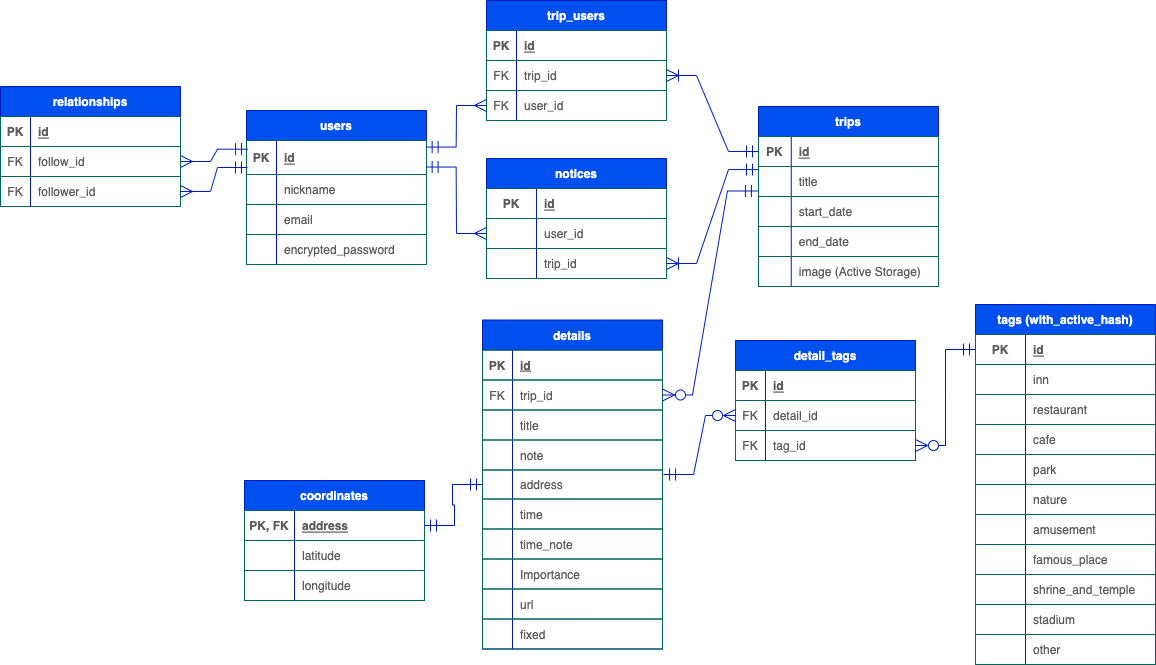
This is er.png from satomi46/trip_maker, a draw.io export, as it was before one commit. Source tidied: cells renumbered, new cells last; positions are measured from the earlier drawing's top-left corner, leaving out a move shared by most shapes.
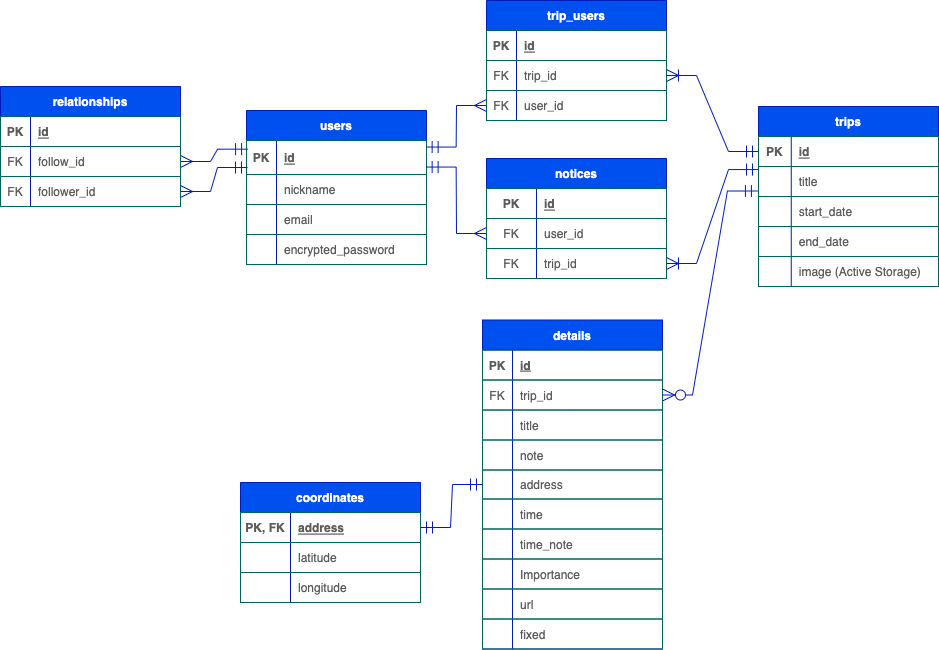
After the change.

What changed in the source:
```diff
@@ -89,36 +89,6 @@
     <mxCell id="30" value="image (Active Storage)" style="shape=partialRectangle;fillColor=none;top=0;left=0;bottom=0;right=0;align=left;spacingLeft=6;overflow=hidden;rounded=0;strokeColor=#006658;fontColor=#5C5C5C;" parent="28" vertex="1">
       <mxGeometry x="32.8" width="147.2" height="30" as="geometry" />
     </mxCell>
-    <mxCell id="31" value="detail_tags" style="shape=table;startSize=30;rowLines=0;fontStyle=1;align=center;rounded=0;fillColor=#0050ef;strokeColor=#001DBC;fontColor=#ffffff;fixDash=0;" parent="1" vertex="1">
-      <mxGeometry x="735" y="340" width="180" height="120" as="geometry" />
-    </mxCell>
-    <mxCell id="32" style="shape=tableRow;horizontal=0;startSize=0;swimlaneHead=0;swimlaneBody=0;fillColor=none;top=0;left=0;right=0;bottom=1;rounded=0;strokeColor=#006658;fontColor=#5C5C5C;" parent="31" vertex="1">
-      <mxGeometry y="30" width="180" height="30" as="geometry" />
-    </mxCell>
-    <mxCell id="33" value="PK" style="shape=partialRectangle;fillColor=none;top=0;left=0;bottom=0;right=0;fontStyle=1;overflow=hidden;rounded=0;strokeColor=#006658;fontColor=#5C5C5C;" parent="32" vertex="1">
-      <mxGeometry width="30" height="30" as="geometry" />
-    </mxCell>
-    <mxCell id="34" value="id" style="shape=partialRectangle;fillColor=none;top=0;left=0;bottom=0;right=0;align=left;spacingLeft=6;fontStyle=5;overflow=hidden;rounded=0;strokeColor=#006658;fontColor=#5C5C5C;" parent="32" vertex="1">
-      <mxGeometry x="30" width="150" height="30" as="geometry" />
-    </mxCell>
-    <mxCell id="35" style="shape=tableRow;horizontal=0;startSize=0;swimlaneHead=0;swimlaneBody=0;fillColor=none;points=[[0,0.5],[1,0.5]];portConstraint=eastwest;top=0;left=0;right=0;bottom=0;rounded=0;strokeColor=#006658;fontColor=#5C5C5C;" parent="31" vertex="1">
-      <mxGeometry y="60" width="180" height="30" as="geometry" />
-    </mxCell>
-    <mxCell id="36" value="FK" style="shape=partialRectangle;fillColor=none;top=0;left=0;bottom=0;right=0;overflow=hidden;rounded=0;strokeColor=#006658;fontColor=#5C5C5C;" parent="35" vertex="1">
-      <mxGeometry width="30" height="30" as="geometry" />
-    </mxCell>
-    <mxCell id="37" value="detail_id" style="shape=partialRectangle;fillColor=none;top=0;left=0;bottom=0;right=0;align=left;spacingLeft=6;overflow=hidden;rounded=0;strokeColor=#006658;fontColor=#5C5C5C;" parent="35" vertex="1">
-      <mxGeometry x="30" width="150" height="30" as="geometry" />
-    </mxCell>
-    <mxCell id="38" style="shape=tableRow;horizontal=0;startSize=0;swimlaneHead=0;swimlaneBody=0;fillColor=none;points=[[0,0.5],[1,0.5]];portConstraint=eastwest;top=0;left=0;right=0;bottom=0;rounded=0;strokeColor=#006658;fontColor=#5C5C5C;" parent="31" vertex="1">
-      <mxGeometry y="90" width="180" height="30" as="geometry" />
-    </mxCell>
-    <mxCell id="39" value="FK" style="shape=partialRectangle;fillColor=none;top=0;left=0;bottom=0;right=0;overflow=hidden;rounded=0;strokeColor=#006658;fontColor=#5C5C5C;" parent="38" vertex="1">
-      <mxGeometry width="30" height="30" as="geometry" />
-    </mxCell>
-    <mxCell id="40" value="tag_id" style="shape=partialRectangle;fillColor=none;top=0;left=0;bottom=0;right=0;align=left;spacingLeft=6;overflow=hidden;rounded=0;strokeColor=#006658;fontColor=#5C5C5C;" parent="38" vertex="1">
-      <mxGeometry x="30" width="150" height="30" as="geometry" />
-    </mxCell>
     <mxCell id="41" value="details" style="shape=table;startSize=30;rowLines=0;fontStyle=1;align=center;rounded=0;fillColor=#0050ef;strokeColor=#001DBC;fontColor=#ffffff;fixDash=0;" parent="1" vertex="1">
       <mxGeometry x="482" y="319.5" width="180" height="329" as="geometry" />
     </mxCell>
@@ -213,7 +183,7 @@
       <mxGeometry x="30" width="150" height="30" as="geometry" />
     </mxCell>
     <mxCell id="72" value="coordinates" style="shape=table;startSize=30;rowLines=0;fontStyle=1;align=center;rounded=0;fillColor=#0050ef;strokeColor=#001DBC;fontColor=#ffffff;fixDash=0;" parent="1" vertex="1">
-      <mxGeometry x="244" y="480" width="180" height="120" as="geometry" />
+      <mxGeometry x="240" y="482" width="180" height="120" as="geometry" />
     </mxCell>
     <mxCell id="73" style="shape=tableRow;horizontal=0;startSize=0;swimlaneHead=0;swimlaneBody=0;fillColor=none;points=[[0,0.5],[1,0.5]];portConstraint=eastwest;top=0;left=0;right=0;bottom=1;rounded=0;strokeColor=#006658;fontColor=#5C5C5C;" parent="72" vertex="1">
       <mxGeometry y="30" width="180" height="30" as="geometry" />
@@ -242,108 +212,6 @@
     <mxCell id="81" value="longitude" style="shape=partialRectangle;fillColor=none;top=0;left=0;bottom=0;right=0;align=left;spacingLeft=6;overflow=hidden;rounded=0;strokeColor=#006658;fontColor=#5C5C5C;" parent="79" vertex="1">
       <mxGeometry x="50" width="130" height="30" as="geometry" />
     </mxCell>
-    <mxCell id="82" value="tags (with_active_hash)" style="shape=table;startSize=30;rowLines=0;fontStyle=1;align=center;rounded=0;fillColor=#0050ef;strokeColor=#001DBC;fontColor=#ffffff;fixDash=0;" parent="1" vertex="1">
-      <mxGeometry x="975" y="304" width="180" height="360" as="geometry" />
-    </mxCell>
-    <mxCell id="83" style="shape=tableRow;horizontal=0;startSize=0;swimlaneHead=0;swimlaneBody=0;fillColor=none;points=[[0,0.5],[1,0.5]];portConstraint=eastwest;top=0;left=0;right=0;bottom=1;rounded=0;strokeColor=#006658;fontColor=#5C5C5C;" parent="82" vertex="1">
-      <mxGeometry y="30" width="180" height="30" as="geometry" />
-    </mxCell>
-    <mxCell id="84" value="PK" style="shape=partialRectangle;fillColor=none;top=0;left=0;bottom=0;right=0;fontStyle=1;overflow=hidden;rounded=0;strokeColor=#006658;fontColor=#5C5C5C;" parent="83" vertex="1">
-      <mxGeometry width="50" height="30" as="geometry" />
-    </mxCell>
-    <mxCell id="85" value="id" style="shape=partialRectangle;fillColor=none;top=0;left=0;bottom=0;right=0;align=left;spacingLeft=6;fontStyle=5;overflow=hidden;rounded=0;strokeColor=#006658;fontColor=#5C5C5C;" parent="83" vertex="1">
-      <mxGeometry x="50" width="130" height="30" as="geometry" />
-    </mxCell>
-    <mxCell id="86" style="shape=tableRow;horizontal=0;startSize=0;swimlaneHead=0;swimlaneBody=0;fillColor=none;top=0;left=0;right=0;bottom=0;rounded=0;strokeColor=#006658;fontColor=#5C5C5C;" parent="82" vertex="1">
-      <mxGeometry y="60" width="180" height="30" as="geometry" />
-    </mxCell>
-    <mxCell id="87" style="shape=partialRectangle;fillColor=none;top=0;left=0;bottom=0;right=0;overflow=hidden;rounded=0;strokeColor=#006658;fontColor=#5C5C5C;" parent="86" vertex="1">
-      <mxGeometry width="50" height="30" as="geometry" />
-    </mxCell>
-    <mxCell id="88" value="inn" style="shape=partialRectangle;fillColor=none;top=0;left=0;bottom=0;right=0;align=left;spacingLeft=6;overflow=hidden;rounded=0;strokeColor=#006658;fontColor=#5C5C5C;" parent="86" vertex="1">
-      <mxGeometry x="50" width="130" height="30" as="geometry" />
-    </mxCell>
-    <mxCell id="89" style="shape=tableRow;horizontal=0;startSize=0;swimlaneHead=0;swimlaneBody=0;fillColor=none;top=0;left=0;right=0;bottom=0;rounded=0;strokeColor=#006658;fontColor=#5C5C5C;" parent="82" vertex="1">
-      <mxGeometry y="90" width="180" height="30" as="geometry" />
-    </mxCell>
-    <mxCell id="90" style="shape=partialRectangle;fillColor=none;top=0;left=0;bottom=0;right=0;overflow=hidden;rounded=0;strokeColor=#006658;fontColor=#5C5C5C;" parent="89" vertex="1">
-      <mxGeometry width="50" height="30" as="geometry" />
-    </mxCell>
-    <mxCell id="91" value="restaurant" style="shape=partialRectangle;fillColor=none;top=0;left=0;bottom=0;right=0;align=left;spacingLeft=6;overflow=hidden;rounded=0;strokeColor=#006658;fontColor=#5C5C5C;" parent="89" vertex="1">
-      <mxGeometry x="50" width="130" height="30" as="geometry" />
-    </mxCell>
-    <mxCell id="92" style="shape=tableRow;horizontal=0;startSize=0;swimlaneHead=0;swimlaneBody=0;fillColor=none;top=0;left=0;right=0;bottom=0;rounded=0;strokeColor=#006658;fontColor=#5C5C5C;" parent="82" vertex="1">
-      <mxGeometry y="120" width="180" height="30" as="geometry" />
-    </mxCell>
-    <mxCell id="93" style="shape=partialRectangle;fillColor=none;top=0;left=0;bottom=0;right=0;overflow=hidden;rounded=0;strokeColor=#006658;fontColor=#5C5C5C;" parent="92" vertex="1">
-      <mxGeometry width="50" height="30" as="geometry" />
-    </mxCell>
-    <mxCell id="94" value="cafe" style="shape=partialRectangle;fillColor=none;top=0;left=0;bottom=0;right=0;align=left;spacingLeft=6;overflow=hidden;rounded=0;strokeColor=#006658;fontColor=#5C5C5C;" parent="92" vertex="1">
-      <mxGeometry x="50" width="130" height="30" as="geometry" />
-    </mxCell>
-    <mxCell id="95" style="shape=tableRow;horizontal=0;startSize=0;swimlaneHead=0;swimlaneBody=0;fillColor=none;top=0;left=0;right=0;bottom=0;rounded=0;strokeColor=#006658;fontColor=#5C5C5C;" parent="82" vertex="1">
-      <mxGeometry y="150" width="180" height="30" as="geometry" />
-    </mxCell>
-    <mxCell id="96" style="shape=partialRectangle;fillColor=none;top=0;left=0;bottom=0;right=0;overflow=hidden;rounded=0;strokeColor=#006658;fontColor=#5C5C5C;" parent="95" vertex="1">
-      <mxGeometry width="50" height="30" as="geometry" />
-    </mxCell>
-    <mxCell id="97" value="park" style="shape=partialRectangle;fillColor=none;top=0;left=0;bottom=0;right=0;align=left;spacingLeft=6;overflow=hidden;rounded=0;strokeColor=#006658;fontColor=#5C5C5C;" parent="95" vertex="1">
-      <mxGeometry x="50" width="130" height="30" as="geometry" />
-    </mxCell>
-    <mxCell id="98" style="shape=tableRow;horizontal=0;startSize=0;swimlaneHead=0;swimlaneBody=0;fillColor=none;top=0;left=0;right=0;bottom=0;rounded=0;strokeColor=#006658;fontColor=#5C5C5C;" parent="82" vertex="1">
-      <mxGeometry y="180" width="180" height="30" as="geometry" />
-    </mxCell>
-    <mxCell id="99" style="shape=partialRectangle;fillColor=none;top=0;left=0;bottom=0;right=0;overflow=hidden;rounded=0;strokeColor=#006658;fontColor=#5C5C5C;" parent="98" vertex="1">
-      <mxGeometry width="50" height="30" as="geometry" />
-    </mxCell>
-    <mxCell id="100" value="nature" style="shape=partialRectangle;fillColor=none;top=0;left=0;bottom=0;right=0;align=left;spacingLeft=6;overflow=hidden;rounded=0;strokeColor=#006658;fontColor=#5C5C5C;" parent="98" vertex="1">
-      <mxGeometry x="50" width="130" height="30" as="geometry" />
-    </mxCell>
-    <mxCell id="101" style="shape=tableRow;horizontal=0;startSize=0;swimlaneHead=0;swimlaneBody=0;fillColor=none;top=0;left=0;right=0;bottom=0;rounded=0;strokeColor=#006658;fontColor=#5C5C5C;" parent="82" vertex="1">
-      <mxGeometry y="210" width="180" height="30" as="geometry" />
-    </mxCell>
-    <mxCell id="102" style="shape=partialRectangle;fillColor=none;top=0;left=0;bottom=0;right=0;overflow=hidden;rounded=0;strokeColor=#006658;fontColor=#5C5C5C;" parent="101" vertex="1">
-      <mxGeometry width="50" height="30" as="geometry" />
-    </mxCell>
-    <mxCell id="103" value="amusement" style="shape=partialRectangle;fillColor=none;top=0;left=0;bottom=0;right=0;align=left;spacingLeft=6;overflow=hidden;rounded=0;strokeColor=#006658;fontColor=#5C5C5C;" parent="101" vertex="1">
-      <mxGeometry x="50" width="130" height="30" as="geometry" />
-    </mxCell>
-    <mxCell id="104" style="shape=tableRow;horizontal=0;startSize=0;swimlaneHead=0;swimlaneBody=0;fillColor=none;top=0;left=0;right=0;bottom=0;rounded=0;strokeColor=#006658;fontColor=#5C5C5C;" parent="82" vertex="1">
-      <mxGeometry y="240" width="180" height="30" as="geometry" />
-    </mxCell>
-    <mxCell id="105" style="shape=partialRectangle;fillColor=none;top=0;left=0;bottom=0;right=0;overflow=hidden;rounded=0;strokeColor=#006658;fontColor=#5C5C5C;" parent="104" vertex="1">
-      <mxGeometry width="50" height="30" as="geometry" />
-    </mxCell>
-    <mxCell id="106" value="famous_place" style="shape=partialRectangle;fillColor=none;top=0;left=0;bottom=0;right=0;align=left;spacingLeft=6;overflow=hidden;rounded=0;strokeColor=#006658;fontColor=#5C5C5C;" parent="104" vertex="1">
-      <mxGeometry x="50" width="130" height="30" as="geometry" />
-    </mxCell>
-    <mxCell id="107" style="shape=tableRow;horizontal=0;startSize=0;swimlaneHead=0;swimlaneBody=0;fillColor=none;top=0;left=0;right=0;bottom=0;rounded=0;strokeColor=#006658;fontColor=#5C5C5C;" parent="82" vertex="1">
-      <mxGeometry y="270" width="180" height="30" as="geometry" />
-    </mxCell>
-    <mxCell id="108" style="shape=partialRectangle;fillColor=none;top=0;left=0;bottom=0;right=0;overflow=hidden;rounded=0;strokeColor=#006658;fontColor=#5C5C5C;" parent="107" vertex="1">
-      <mxGeometry width="50" height="30" as="geometry" />
-    </mxCell>
-    <mxCell id="109" value="shrine_and_temple" style="shape=partialRectangle;fillColor=none;top=0;left=0;bottom=0;right=0;align=left;spacingLeft=6;overflow=hidden;rounded=0;strokeColor=#006658;fontColor=#5C5C5C;" parent="107" vertex="1">
-      <mxGeometry x="50" width="130" height="30" as="geometry" />
-    </mxCell>
-    <mxCell id="110" style="shape=tableRow;horizontal=0;startSize=0;swimlaneHead=0;swimlaneBody=0;fillColor=none;top=0;left=0;right=0;bottom=0;rounded=0;strokeColor=#006658;fontColor=#5C5C5C;" parent="82" vertex="1">
-      <mxGeometry y="300" width="180" height="30" as="geometry" />
-    </mxCell>
-    <mxCell id="111" style="shape=partialRectangle;fillColor=none;top=0;left=0;bottom=0;right=0;overflow=hidden;rounded=0;strokeColor=#006658;fontColor=#5C5C5C;" parent="110" vertex="1">
-      <mxGeometry width="50" height="30" as="geometry" />
-    </mxCell>
-    <mxCell id="112" value="stadium" style="shape=partialRectangle;fillColor=none;top=0;left=0;bottom=0;right=0;align=left;spacingLeft=6;overflow=hidden;rounded=0;strokeColor=#006658;fontColor=#5C5C5C;" parent="110" vertex="1">
-      <mxGeometry x="50" width="130" height="30" as="geometry" />
-    </mxCell>
-    <mxCell id="113" style="shape=tableRow;horizontal=0;startSize=0;swimlaneHead=0;swimlaneBody=0;fillColor=none;top=0;left=0;right=0;bottom=0;rounded=0;strokeColor=#006658;fontColor=#5C5C5C;" parent="82" vertex="1">
-      <mxGeometry y="330" width="180" height="30" as="geometry" />
-    </mxCell>
-    <mxCell id="114" style="shape=partialRectangle;fillColor=none;top=0;left=0;bottom=0;right=0;overflow=hidden;rounded=0;strokeColor=#006658;fontColor=#5C5C5C;" parent="113" vertex="1">
-      <mxGeometry width="50" height="30" as="geometry" />
-    </mxCell>
-    <mxCell id="115" value="other" style="shape=partialRectangle;fillColor=none;top=0;left=0;bottom=0;right=0;align=left;spacingLeft=6;overflow=hidden;rounded=0;strokeColor=#006658;fontColor=#5C5C5C;" parent="113" vertex="1">
-      <mxGeometry x="50" width="130" height="30" as="geometry" />
-    </mxCell>
     <mxCell id="116" value="trip_users" style="shape=table;startSize=30;rowLines=0;fontStyle=1;align=center;rounded=0;fillColor=#0050ef;strokeColor=#001DBC;fontColor=#ffffff;fixDash=0;" parent="1" vertex="1">
       <mxGeometry x="486" width="180" height="120" as="geometry" />
     </mxCell>
@@ -386,12 +254,6 @@
     <mxCell id="129" style="edgeStyle=entityRelationEdgeStyle;rounded=0;jettySize=auto;html=1;exitX=0;exitY=0.5;exitDx=0;exitDy=0;entryX=0.998;entryY=0.193;entryDx=0;entryDy=0;startArrow=ERmany;startFill=0;endArrow=ERmandOne;endFill=0;startSize=10;endSize=10;targetPerimeterSpacing=0;strokeColor=#001DBC;fontColor=#ffffff;fillColor=#0050ef;fixDash=0;snapToPoint=0;fontSize=12;fontStyle=1;entryPerimeter=0;" parent="1" edge="1" source="123" target="3">
       <mxGeometry relative="1" as="geometry" />
     </mxCell>
-    <mxCell id="130" style="edgeStyle=entityRelationEdgeStyle;rounded=0;jettySize=auto;html=1;exitX=0;exitY=0.5;exitDx=0;exitDy=0;entryX=1.006;entryY=1.15;entryDx=0;entryDy=0;entryPerimeter=0;startArrow=ERzeroToMany;startFill=0;endArrow=ERmandOne;endFill=0;startSize=10;endSize=10;targetPerimeterSpacing=0;strokeColor=#001DBC;fontColor=#ffffff;fillColor=#0050ef;fixDash=0;snapToPoint=0;fontSize=12;fontStyle=1;" parent="1" edge="1" source="35" target="51">
-      <mxGeometry relative="1" as="geometry" />
-    </mxCell>
-    <mxCell id="131" style="edgeStyle=entityRelationEdgeStyle;rounded=0;jettySize=auto;html=1;exitX=1;exitY=0.5;exitDx=0;exitDy=0;entryX=0;entryY=0.5;entryDx=0;entryDy=0;startArrow=ERzeroToMany;startFill=0;endArrow=ERmandOne;endFill=0;startSize=10;endSize=10;targetPerimeterSpacing=0;strokeColor=#001DBC;fontColor=#ffffff;fillColor=#0050ef;fixDash=0;snapToPoint=0;fontSize=12;fontStyle=1;" parent="1" edge="1" source="38" target="83">
-      <mxGeometry relative="1" as="geometry" />
-    </mxCell>
     <mxCell id="132" style="edgeStyle=entityRelationEdgeStyle;rounded=0;jettySize=auto;html=1;exitX=1;exitY=0.5;exitDx=0;exitDy=0;startArrow=ERmany;startFill=0;endArrow=ERmandOne;endFill=0;startSize=10;endSize=10;targetPerimeterSpacing=0;strokeColor=#001DBC;fontColor=#ffffff;fillColor=#0050ef;fixDash=0;snapToPoint=0;fontSize=12;fontStyle=1;entryX=0.006;entryY=0.255;entryDx=0;entryDy=0;entryPerimeter=0;" parent="1" edge="1" source="137" target="3">
       <mxGeometry relative="1" as="geometry" />
     </mxCell>
@@ -445,7 +307,7 @@
     <mxCell id="148" style="shape=tableRow;horizontal=0;startSize=0;swimlaneHead=0;swimlaneBody=0;fillColor=none;points=[[0,0.5],[1,0.5]];portConstraint=eastwest;top=0;left=0;right=0;bottom=0;rounded=0;strokeColor=#006658;fontColor=#5C5C5C;" parent="144" vertex="1">
       <mxGeometry y="60" width="180" height="30" as="geometry" />
     </mxCell>
-    <mxCell id="149" style="shape=partialRectangle;fillColor=none;top=0;left=0;bottom=0;right=0;overflow=hidden;rounded=0;strokeColor=#006658;fontColor=#5C5C5C;" parent="148" vertex="1">
+    <mxCell id="149" value="FK" style="shape=partialRectangle;fillColor=none;top=0;left=0;bottom=0;right=0;overflow=hidden;rounded=0;strokeColor=#006658;fontColor=#5C5C5C;" parent="148" vertex="1">
       <mxGeometry width="50" height="30" as="geometry" />
     </mxCell>
     <mxCell id="150" value="user_id" style="shape=partialRectangle;fillColor=none;top=0;left=0;bottom=0;right=0;align=left;spacingLeft=6;overflow=hidden;rounded=0;strokeColor=#006658;fontColor=#5C5C5C;" parent="148" vertex="1">
@@ -454,7 +316,7 @@
     <mxCell id="151" style="shape=tableRow;horizontal=0;startSize=0;swimlaneHead=0;swimlaneBody=0;fillColor=none;points=[[0,0.5],[1,0.5]];portConstraint=eastwest;top=0;left=0;right=0;bottom=0;rounded=0;strokeColor=#006658;fontColor=#5C5C5C;" parent="144" vertex="1">
       <mxGeometry y="90" width="180" height="30" as="geometry" />
     </mxCell>
-    <mxCell id="152" style="shape=partialRectangle;fillColor=none;top=0;left=0;bottom=0;right=0;overflow=hidden;rounded=0;strokeColor=#006658;fontColor=#5C5C5C;" parent="151" vertex="1">
+    <mxCell id="152" value="FK" style="shape=partialRectangle;fillColor=none;top=0;left=0;bottom=0;right=0;overflow=hidden;rounded=0;strokeColor=#006658;fontColor=#5C5C5C;" parent="151" vertex="1">
       <mxGeometry width="50" height="30" as="geometry" />
     </mxCell>
     <mxCell id="153" value="trip_id" style="shape=partialRectangle;fillColor=none;top=0;left=0;bottom=0;right=0;align=left;spacingLeft=6;overflow=hidden;rounded=0;strokeColor=#006658;fontColor=#5C5C5C;" parent="151" vertex="1">
```
